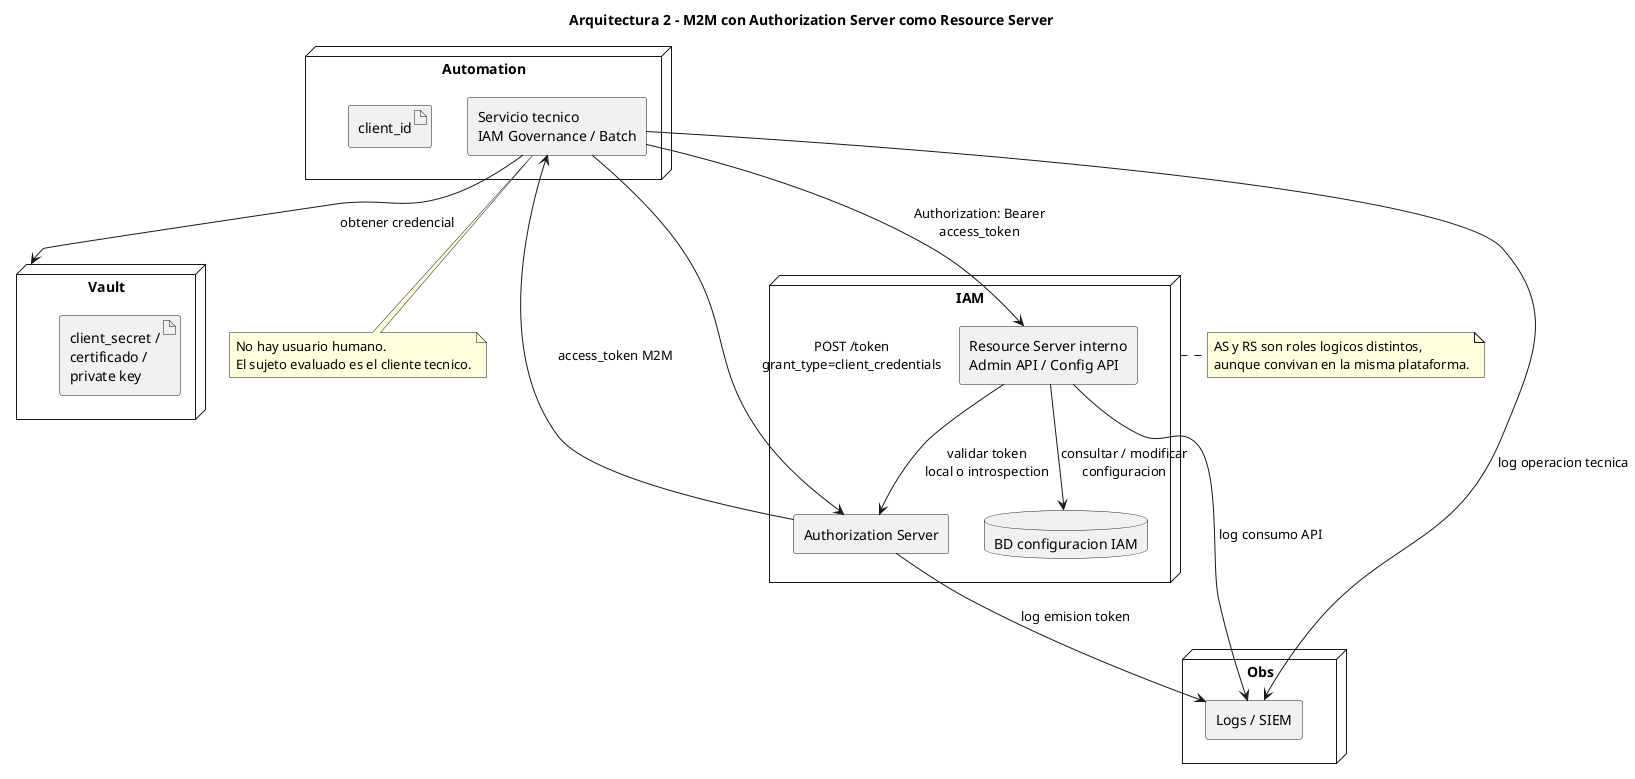
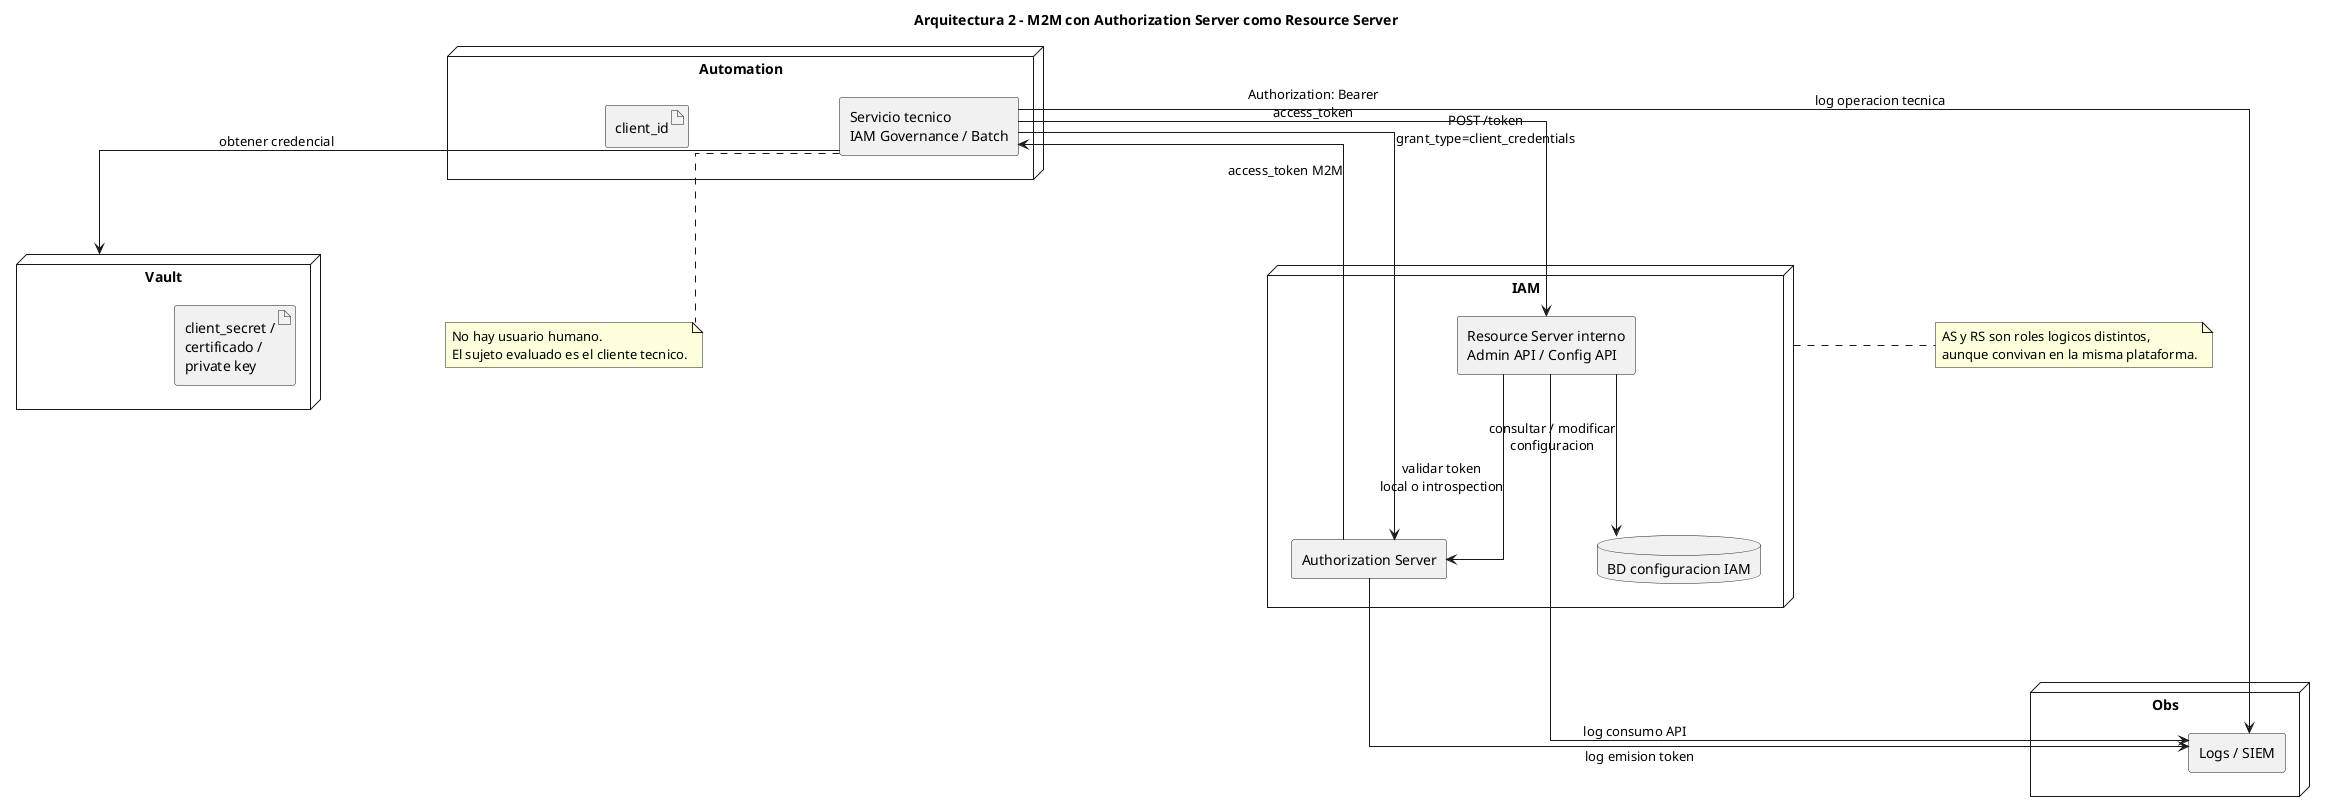
- @startuml arquitectura_2_deployment
+ @startuml arquitectura-2.deployment
title Arquitectura 2 - M2M con Authorization Server como Resource Server

skinparam shadowing false
skinparam componentStyle rectangle
+ skinparam linetype ortho
+ skinparam nodesep 150
+ skinparam ranksep 150

' Anclas de layout para estabilizar el render en web
Automation -[hidden]right-> Vault
Vault -[hidden]right-> IAM
IAM -[hidden]right-> Obs

node "Plataforma de automatizacion" as Automation {
  component "Servicio tecnico\nIAM Governance / Batch" as Client
  artifact "client_id" as ClientId
}

node "Gestor de secretos" as Vault {
  artifact "client_secret /\ncertificado /\nprivate key" as Secret
}

node "Plataforma IAM" as IAM {
  component "Authorization Server" as AS
  component "Resource Server interno\nAdmin API / Config API" as RS
  database "BD configuracion IAM" as IAMDB
}

node "Observabilidad" as Obs {
  component "Logs / SIEM" as SIEM
}

Client --> Vault : obtener credencial
Client --> AS : POST /token\ngrant_type=client_credentials
AS --> Client : access_token M2M

Client --> RS : Authorization: Bearer\naccess_token
RS --> AS : validar token\nlocal o introspection
RS --> IAMDB : consultar / modificar\nconfiguracion

AS --> SIEM : log emision token
RS --> SIEM : log consumo API
Client --> SIEM : log operacion tecnica

note right of IAM
AS y RS son roles logicos distintos,
aunque convivan en la misma plataforma.
end note

note bottom of Client
No hay usuario humano.
El sujeto evaluado es el cliente tecnico.
end note

@enduml
